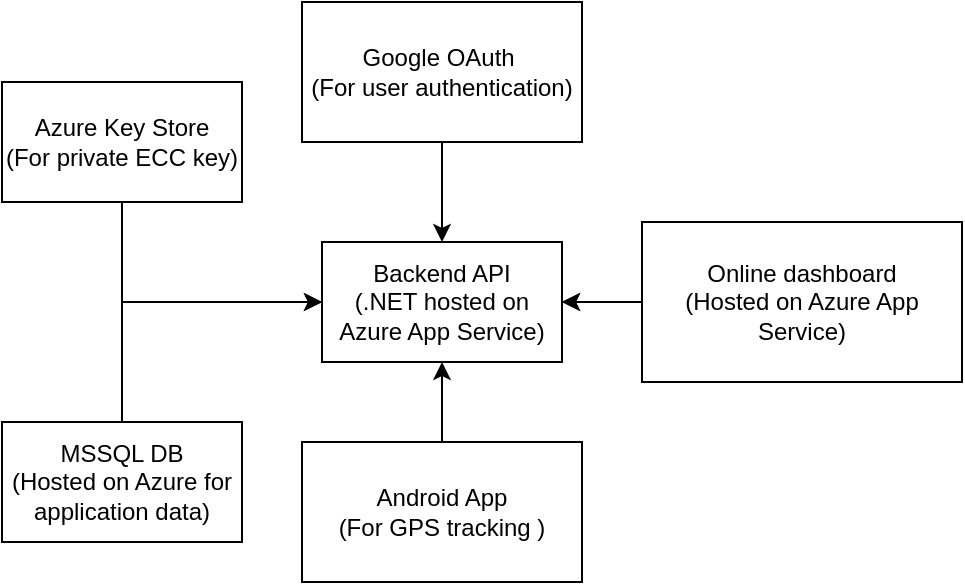
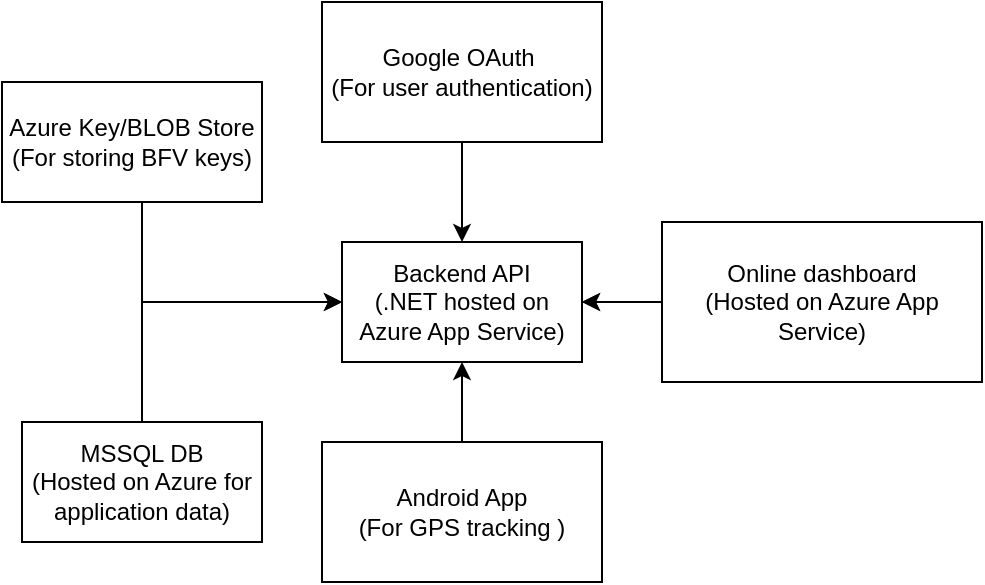
- <mxfile host="Electron" agent="Mozilla/5.0 (Windows NT 10.0; Win64; x64) AppleWebKit/537.36 (KHTML, like Gecko) draw.io/29.0.3 Chrome/140.0.7339.249 Electron/38.7.0 Safari/537.36" version="29.0.3">
+ <mxfile host="Electron" agent="Mozilla/5.0 (Windows NT 10.0; Win64; x64) AppleWebKit/537.36 (KHTML, like Gecko) draw.io/29.0.3 Chrome/140.0.7339.249 Electron/38.7.0 Safari/537.36">
  <diagram name="Page-1" id="obMf7D4g16Imwjh6bftY">
-     <mxGraphModel dx="2066" dy="1201" grid="1" gridSize="10" guides="1" tooltips="1" connect="1" arrows="1" fold="1" page="1" pageScale="1" pageWidth="827" pageHeight="1169" math="0" shadow="0">
+     <mxGraphModel dx="2054" dy="1201" grid="1" gridSize="10" guides="1" tooltips="1" connect="1" arrows="1" fold="1" page="1" pageScale="1" pageWidth="827" pageHeight="1169" math="0" shadow="0">
      <root>
        <mxCell id="0" />
        <mxCell id="1" parent="0" />
-         <mxCell id="8iUvCZO6-aj3U55XcWmJ-2" style="edgeStyle=orthogonalEdgeStyle;rounded=0;orthogonalLoop=1;jettySize=auto;html=1;" parent="1" source="bZby9_Da_NWMkYGXuIj8-1" target="bZby9_Da_NWMkYGXuIj8-5" edge="1">
+         <mxCell id="8iUvCZO6-aj3U55XcWmJ-2" edge="1" parent="1" source="bZby9_Da_NWMkYGXuIj8-1" style="edgeStyle=orthogonalEdgeStyle;rounded=0;orthogonalLoop=1;jettySize=auto;html=1;strokeColor=#000000;" target="bZby9_Da_NWMkYGXuIj8-5">
          <mxGeometry relative="1" as="geometry" />
        </mxCell>
-         <mxCell id="bZby9_Da_NWMkYGXuIj8-1" value="Google OAuth&amp;nbsp;&lt;br&gt;(For user authentication)" style="rounded=0;whiteSpace=wrap;html=1;" parent="1" vertex="1">
-           <mxGeometry x="300" y="120" width="140" height="70" as="geometry" />
+         <mxCell id="bZby9_Da_NWMkYGXuIj8-1" parent="1" style="rounded=0;whiteSpace=wrap;html=1;strokeColor=#000000;" value="Google OAuth&amp;nbsp;&lt;br&gt;(For user authentication)" vertex="1">
+           <mxGeometry height="70" width="140" x="300" y="120" as="geometry" />
        </mxCell>
-         <mxCell id="bZby9_Da_NWMkYGXuIj8-8" style="edgeStyle=orthogonalEdgeStyle;rounded=0;orthogonalLoop=1;jettySize=auto;html=1;entryX=1;entryY=0.5;entryDx=0;entryDy=0;" parent="1" source="bZby9_Da_NWMkYGXuIj8-3" target="bZby9_Da_NWMkYGXuIj8-5" edge="1">
+         <mxCell id="bZby9_Da_NWMkYGXuIj8-8" edge="1" parent="1" source="bZby9_Da_NWMkYGXuIj8-3" style="edgeStyle=orthogonalEdgeStyle;rounded=0;orthogonalLoop=1;jettySize=auto;html=1;entryX=1;entryY=0.5;entryDx=0;entryDy=0;strokeColor=#000000;" target="bZby9_Da_NWMkYGXuIj8-5">
          <mxGeometry relative="1" as="geometry">
            <Array as="points" />
          </mxGeometry>
        </mxCell>
-         <mxCell id="8iUvCZO6-aj3U55XcWmJ-3" style="edgeStyle=orthogonalEdgeStyle;rounded=0;orthogonalLoop=1;jettySize=auto;html=1;entryX=0.5;entryY=1;entryDx=0;entryDy=0;" parent="1" source="bZby9_Da_NWMkYGXuIj8-2" target="bZby9_Da_NWMkYGXuIj8-5" edge="1">
+         <mxCell id="8iUvCZO6-aj3U55XcWmJ-3" edge="1" parent="1" source="bZby9_Da_NWMkYGXuIj8-2" style="edgeStyle=orthogonalEdgeStyle;rounded=0;orthogonalLoop=1;jettySize=auto;html=1;entryX=0.5;entryY=1;entryDx=0;entryDy=0;strokeColor=#000000;" target="bZby9_Da_NWMkYGXuIj8-5">
          <mxGeometry relative="1" as="geometry" />
        </mxCell>
-         <mxCell id="bZby9_Da_NWMkYGXuIj8-2" value="&lt;div&gt;Android App&lt;/div&gt;&lt;div&gt;(For GPS tracking )&lt;/div&gt;" style="rounded=0;whiteSpace=wrap;html=1;" parent="1" vertex="1">
-           <mxGeometry x="300" y="340" width="140" height="70" as="geometry" />
+         <mxCell id="bZby9_Da_NWMkYGXuIj8-2" parent="1" style="rounded=0;whiteSpace=wrap;html=1;strokeColor=#000000;" value="&lt;div&gt;Android App&lt;/div&gt;&lt;div&gt;(For GPS tracking )&lt;/div&gt;" vertex="1">
+           <mxGeometry height="70" width="140" x="300" y="340" as="geometry" />
        </mxCell>
-         <mxCell id="bZby9_Da_NWMkYGXuIj8-9" style="edgeStyle=orthogonalEdgeStyle;rounded=0;orthogonalLoop=1;jettySize=auto;html=1;entryX=1;entryY=0.5;entryDx=0;entryDy=0;" parent="1" source="bZby9_Da_NWMkYGXuIj8-3" target="bZby9_Da_NWMkYGXuIj8-5" edge="1">
+         <mxCell id="bZby9_Da_NWMkYGXuIj8-9" edge="1" parent="1" source="bZby9_Da_NWMkYGXuIj8-3" style="edgeStyle=orthogonalEdgeStyle;rounded=0;orthogonalLoop=1;jettySize=auto;html=1;entryX=1;entryY=0.5;entryDx=0;entryDy=0;strokeColor=#000000;" target="bZby9_Da_NWMkYGXuIj8-5">
          <mxGeometry relative="1" as="geometry">
            <Array as="points">
              <mxPoint x="560" y="270" />
            </Array>
          </mxGeometry>
        </mxCell>
-         <mxCell id="bZby9_Da_NWMkYGXuIj8-7" style="edgeStyle=orthogonalEdgeStyle;rounded=0;orthogonalLoop=1;jettySize=auto;html=1;" parent="1" source="bZby9_Da_NWMkYGXuIj8-4" edge="1">
+         <mxCell id="bZby9_Da_NWMkYGXuIj8-7" edge="1" parent="1" source="bZby9_Da_NWMkYGXuIj8-4" style="edgeStyle=orthogonalEdgeStyle;rounded=0;orthogonalLoop=1;jettySize=auto;html=1;strokeColor=#000000;">
          <mxGeometry relative="1" as="geometry">
-             <mxPoint x="310" y="270" as="targetPoint" />
            <Array as="points">
              <mxPoint x="210" y="270" />
            </Array>
+             <mxPoint x="310" y="270" as="targetPoint" />
          </mxGeometry>
        </mxCell>
-         <mxCell id="bZby9_Da_NWMkYGXuIj8-4" value="MSSQL DB&lt;br&gt;(Hosted on Azure for application data)" style="rounded=0;whiteSpace=wrap;html=1;" parent="1" vertex="1">
-           <mxGeometry x="150" y="330" width="120" height="60" as="geometry" />
+         <mxCell id="bZby9_Da_NWMkYGXuIj8-4" parent="1" style="rounded=0;whiteSpace=wrap;html=1;strokeColor=#000000;" value="MSSQL DB&lt;br&gt;(Hosted on Azure for application data)" vertex="1">
+           <mxGeometry height="60" width="120" x="150" y="330" as="geometry" />
        </mxCell>
-         <mxCell id="bZby9_Da_NWMkYGXuIj8-5" value="&lt;div&gt;Backend API&lt;/div&gt;&lt;div&gt;(.NET hosted on Azure App Service)&lt;/div&gt;" style="rounded=0;whiteSpace=wrap;html=1;" parent="1" vertex="1">
-           <mxGeometry x="310" y="240" width="120" height="60" as="geometry" />
+         <mxCell id="bZby9_Da_NWMkYGXuIj8-5" parent="1" style="rounded=0;whiteSpace=wrap;html=1;strokeColor=#000000;" value="&lt;div&gt;Backend API&lt;/div&gt;&lt;div&gt;(.NET hosted on Azure App Service)&lt;/div&gt;" vertex="1">
+           <mxGeometry height="60" width="120" x="310" y="240" as="geometry" />
        </mxCell>
-         <mxCell id="bZby9_Da_NWMkYGXuIj8-3" value="Online dashboard&lt;br&gt;(Hosted on Azure App Service)" style="rounded=0;whiteSpace=wrap;html=1;" parent="1" vertex="1">
-           <mxGeometry x="470" y="230" width="160" height="80" as="geometry" />
+         <mxCell id="bZby9_Da_NWMkYGXuIj8-3" parent="1" style="rounded=0;whiteSpace=wrap;html=1;strokeColor=#000000;" value="Online dashboard&lt;br&gt;(Hosted on Azure App Service)" vertex="1">
+           <mxGeometry height="80" width="160" x="470" y="230" as="geometry" />
        </mxCell>
-         <mxCell id="T4vC8njIC2UkKgPv-M5A-2" style="edgeStyle=orthogonalEdgeStyle;rounded=0;orthogonalLoop=1;jettySize=auto;html=1;entryX=0;entryY=0.5;entryDx=0;entryDy=0;" edge="1" parent="1" source="T4vC8njIC2UkKgPv-M5A-1" target="bZby9_Da_NWMkYGXuIj8-5">
+         <mxCell id="T4vC8njIC2UkKgPv-M5A-2" edge="1" parent="1" source="T4vC8njIC2UkKgPv-M5A-1" style="edgeStyle=orthogonalEdgeStyle;rounded=0;orthogonalLoop=1;jettySize=auto;html=1;entryX=0;entryY=0.5;entryDx=0;entryDy=0;strokeColor=#000000;" target="bZby9_Da_NWMkYGXuIj8-5">
          <mxGeometry relative="1" as="geometry">
            <Array as="points">
              <mxPoint x="210" y="270" />
            </Array>
          </mxGeometry>
        </mxCell>
-         <mxCell id="T4vC8njIC2UkKgPv-M5A-1" value="Azure Key Store&lt;br&gt;(For private ECC key)" style="rounded=0;whiteSpace=wrap;html=1;" vertex="1" parent="1">
-           <mxGeometry x="150" y="160" width="120" height="60" as="geometry" />
+         <mxCell id="T4vC8njIC2UkKgPv-M5A-1" parent="1" style="rounded=0;whiteSpace=wrap;html=1;strokeColor=#000000;" value="Azure Key/BLOB Store&lt;br&gt;(For storing BFV keys)" vertex="1">
+           <mxGeometry height="60" width="130" x="140" y="160" as="geometry" />
        </mxCell>
      </root>
    </mxGraphModel>
  </diagram>
</mxfile>
